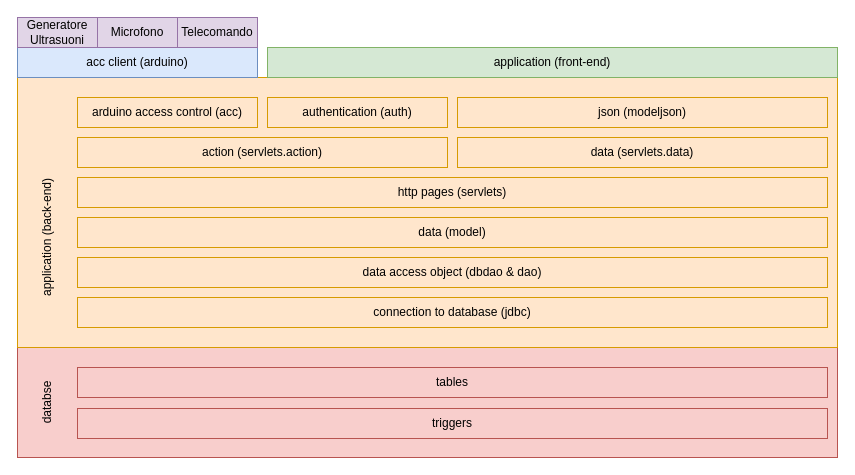
This is design/application_structure_details_top_layer.drawio from giuliobosco/freqline, a draw.io file, before an edit. Source tidied: cells renumbered, new cells numbered last; positions are measured from the earlier drawing's top-left corner, leaving out a move shared by most shapes. Both pictures are drawn from the tidied source at 100%, with x=0, y=0 at pixel (-23, 17).
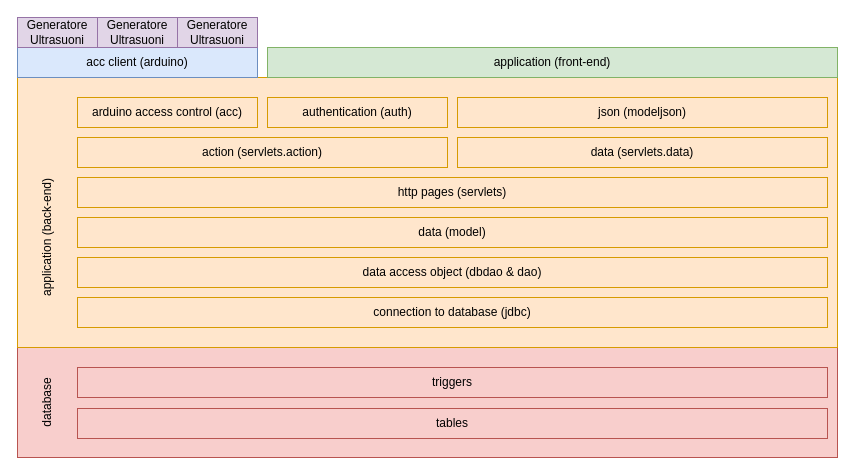
After the change.

Commit message:
fix design/app_structure_details_top_layer

What changed in the source:
```diff
@@
-    <mxCell id="6" value="databse" style="text;html=1;strokeColor=none;fillColor=none;align=center;verticalAlign=middle;whiteSpace=wrap;rounded=0;rotation=-90;" parent="1" vertex="1">
+    <mxCell id="6" value="database" style="text;html=1;strokeColor=none;fillColor=none;align=center;verticalAlign=middle;whiteSpace=wrap;rounded=0;rotation=-90;" parent="1" vertex="1">
       <mxGeometry x="50" y="375" width="40" height="20" as="geometry" />
     </mxCell>
-    <mxCell id="7" value="triggers" style="rounded=0;whiteSpace=wrap;html=1;fillColor=#f8cecc;strokeColor=#b85450;" parent="1" vertex="1">
+    <mxCell id="7" value="tables" style="rounded=0;whiteSpace=wrap;html=1;fillColor=#f8cecc;strokeColor=#b85450;" parent="1" vertex="1">
       <mxGeometry x="100" y="391" width="750" height="30" as="geometry" />
     </mxCell>
-    <mxCell id="8" value="tables" style="rounded=0;whiteSpace=wrap;html=1;fillColor=#f8cecc;strokeColor=#b85450;" parent="1" vertex="1">
+    <mxCell id="8" value="triggers" style="rounded=0;whiteSpace=wrap;html=1;fillColor=#f8cecc;strokeColor=#b85450;" parent="1" vertex="1">
       <mxGeometry x="100" y="350" width="750" height="30" as="geometry" />
     </mxCell>
@@
-    <mxCell id="20" value="Microfono" style="rounded=0;whiteSpace=wrap;html=1;fillColor=#e1d5e7;strokeColor=#9673a6;" parent="1" vertex="1">
+    <mxCell id="20" value="Generatore&lt;br&gt;Ultrasuoni" style="rounded=0;whiteSpace=wrap;html=1;fillColor=#e1d5e7;strokeColor=#9673a6;" parent="1" vertex="1">
       <mxGeometry x="120" width="80" height="30" as="geometry" />
     </mxCell>
-    <mxCell id="21" value="Telecomando" style="rounded=0;whiteSpace=wrap;html=1;fillColor=#e1d5e7;strokeColor=#9673a6;" parent="1" vertex="1">
+    <mxCell id="21" value="Generatore&lt;br&gt;Ultrasuoni" style="rounded=0;whiteSpace=wrap;html=1;fillColor=#e1d5e7;strokeColor=#9673a6;" parent="1" vertex="1">
       <mxGeometry x="200" width="80" height="30" as="geometry" />
     </mxCell>
```
